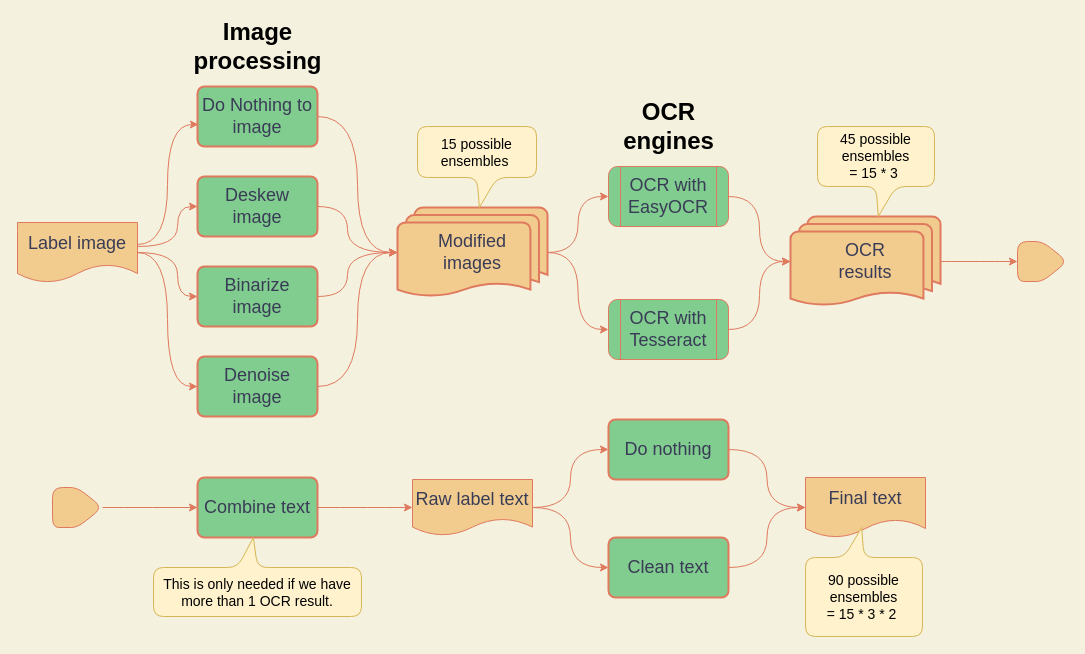
rafelafrance/digi_leap_old keeps this draw.io diagram as assets/ocr_flow.drawio. Above is the earlier version. Source tidied: cells renumbered, new cells numbered last; positions are measured from the earlier drawing's top-left corner, leaving out a move shared by most shapes. Both pictures are drawn from the tidied source at 100%, with x=0, y=0 at pixel (17, 26).
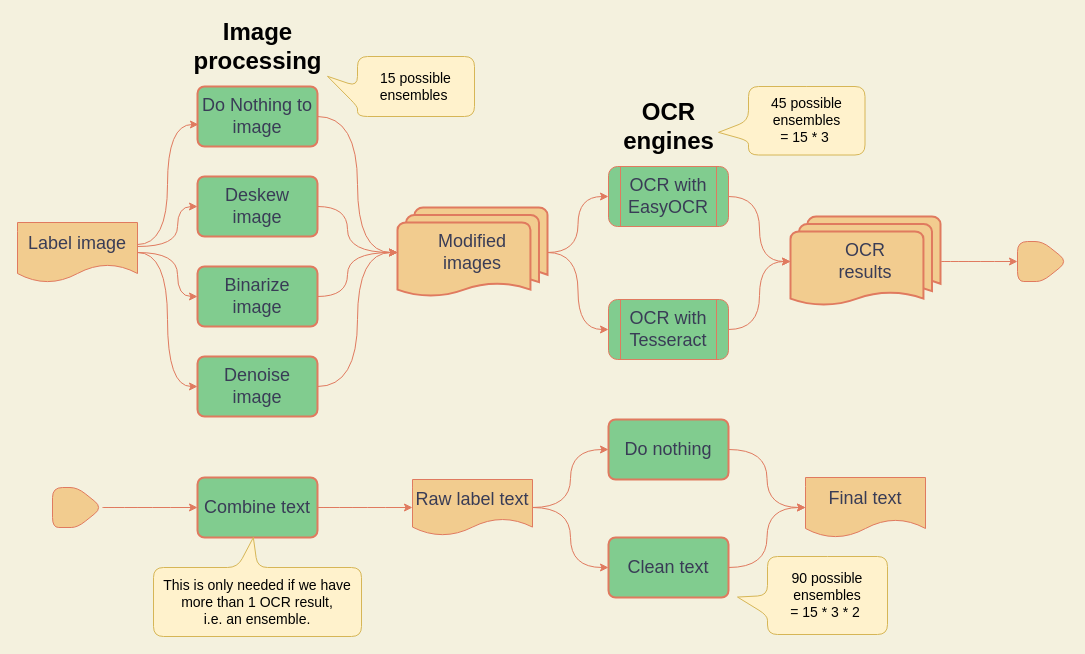
After the change.

Diff of the diagram source:
```diff
@@
-    <mxCell id="12" value="This is only needed if we have more than 1 OCR result." style="shape=callout;whiteSpace=wrap;html=1;perimeter=calloutPerimeter;fontSize=14;direction=west;position2=0.52;rounded=1;fillColor=#fff2cc;strokeColor=#d6b656;" parent="1" vertex="1">
-      <mxGeometry x="136" y="511" width="208" height="79" as="geometry" />
+    <mxCell id="12" value="This is only needed if we have more than 1 OCR result,&lt;br&gt;i.e. an ensemble." style="shape=callout;whiteSpace=wrap;html=1;perimeter=calloutPerimeter;fontSize=14;direction=west;position2=0.52;rounded=1;fillColor=#fff2cc;strokeColor=#d6b656;" parent="1" vertex="1">
+      <mxGeometry x="136" y="511" width="208" height="99" as="geometry" />
     </mxCell>
@@
-    <mxCell id="39" value="15 possible ensembles&amp;nbsp;" style="shape=callout;whiteSpace=wrap;html=1;perimeter=calloutPerimeter;fontSize=14;direction=east;position2=0.52;rounded=1;fillColor=#fff2cc;strokeColor=#d6b656;" parent="1" vertex="1">
-      <mxGeometry x="400" y="100" width="119" height="81" as="geometry" />
+    <mxCell id="39" value="15 possible ensembles&amp;nbsp;" style="shape=callout;whiteSpace=wrap;html=1;perimeter=calloutPerimeter;fontSize=14;direction=south;position2=0.33;rounded=1;fillColor=#fff2cc;strokeColor=#d6b656;" parent="1" vertex="1">
+      <mxGeometry x="310" y="30" width="147" height="60" as="geometry" />
     </mxCell>
-    <mxCell id="40" value="45 possible ensembles&lt;br&gt;= 15 * 3&amp;nbsp;" style="shape=callout;whiteSpace=wrap;html=1;perimeter=calloutPerimeter;fontSize=14;direction=east;position2=0.52;rounded=1;fillColor=#fff2cc;strokeColor=#d6b656;" parent="1" vertex="1">
-      <mxGeometry x="800" y="100" width="117" height="90" as="geometry" />
+    <mxCell id="40" value="45 possible ensembles&lt;br&gt;= 15 * 3&amp;nbsp;" style="shape=callout;whiteSpace=wrap;html=1;perimeter=calloutPerimeter;fontSize=14;direction=south;position2=0.67;rounded=1;fillColor=#fff2cc;strokeColor=#d6b656;" parent="1" vertex="1">
+      <mxGeometry x="701" y="60" width="146.5" height="68.5" as="geometry" />
     </mxCell>
-    <mxCell id="41" value="90&amp;nbsp;possible&lt;br&gt;ensembles&lt;br&gt;= 15 * 3&amp;nbsp;* 2&amp;nbsp;" style="shape=callout;whiteSpace=wrap;html=1;perimeter=calloutPerimeter;fontSize=14;direction=west;position2=0.52;rounded=1;fillColor=#fff2cc;strokeColor=#d6b656;" parent="1" vertex="1">
-      <mxGeometry x="788" y="501" width="117" height="109" as="geometry" />
+    <mxCell id="41" value="90&amp;nbsp;possible&lt;br&gt;ensembles&lt;br&gt;= 15 * 3&amp;nbsp;* 2&amp;nbsp;" style="shape=callout;whiteSpace=wrap;html=1;perimeter=calloutPerimeter;fontSize=14;direction=south;position2=0.52;rounded=1;fillColor=#fff2cc;strokeColor=#d6b656;" parent="1" vertex="1">
+      <mxGeometry x="720" y="530" width="150" height="78" as="geometry" />
     </mxCell>
```
